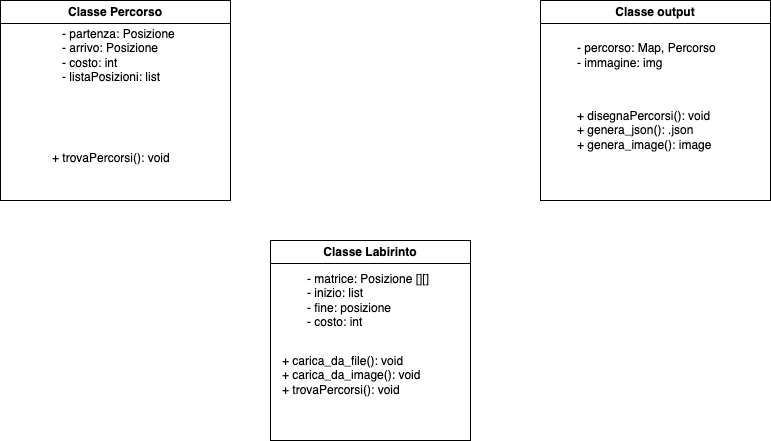
Earlier version of the draw.io export labyrinth_UML.drawio.png (e-caliano/Labirinth2023). Source tidied: cells renumbered, new cells last; positions are measured from the earlier drawing's top-left corner, leaving out a move shared by most shapes. Source of this version:
```xml
<mxGraphModel>
  <root>
    <mxCell id="0" />
    <mxCell id="1" parent="0" />
    <mxCell id="2" value="Classe Labirinto" style="swimlane;whiteSpace=wrap;html=1;" parent="1" vertex="1">
      <mxGeometry x="270" y="240" width="200" height="200" as="geometry" />
    </mxCell>
    <mxCell id="3" value="- matrice: Posizione [][]&lt;br&gt;- inizio: list&lt;br&gt;- fine: posizione&lt;br&gt;- costo: int" style="text;html=1;strokeColor=none;fillColor=none;align=left;verticalAlign=middle;whiteSpace=wrap;rounded=0;" parent="2" vertex="1">
      <mxGeometry x="35" y="50" width="130" height="20" as="geometry" />
    </mxCell>
    <mxCell id="4" value="+ carica_da_file(): void&lt;br style=&quot;border-color: var(--border-color);&quot;&gt;+ carica_da_image(): void&lt;br&gt;+ trovaPercorsi(): void" style="text;html=1;align=left;verticalAlign=middle;strokeColor=none;fillColor=none;" parent="2" vertex="1">
      <mxGeometry x="10" y="105" width="160" height="60" as="geometry" />
    </mxCell>
    <mxCell id="5" value="Classe Percorso" style="swimlane;whiteSpace=wrap;html=1;" parent="1" vertex="1">
      <mxGeometry width="230" height="200" as="geometry" />
    </mxCell>
    <mxCell id="6" value="- partenza: Posizione&lt;br&gt;- arrivo: Posizione&lt;br&gt;- costo: int&lt;br&gt;- listaPosizioni: list" style="text;html=1;align=left;verticalAlign=middle;strokeColor=none;fillColor=none;" parent="5" vertex="1">
      <mxGeometry x="60" y="20" width="140" height="70" as="geometry" />
    </mxCell>
    <mxCell id="7" value="&lt;br&gt;+ trovaPercorsi(): void&amp;nbsp;" style="text;html=1;align=left;verticalAlign=middle;strokeColor=none;fillColor=none;" parent="5" vertex="1">
      <mxGeometry x="50" y="130" width="140" height="40" as="geometry" />
    </mxCell>
    <mxCell id="8" value="Classe output" style="swimlane;whiteSpace=wrap;html=1;" parent="1" vertex="1">
      <mxGeometry x="540" width="230" height="200" as="geometry" />
    </mxCell>
    <mxCell id="9" value="- percorso: Map, Percorso&lt;br&gt;- immagine: img" style="text;html=1;align=left;verticalAlign=middle;strokeColor=none;fillColor=none;" parent="8" vertex="1">
      <mxGeometry x="35" y="35" width="160" height="40" as="geometry" />
    </mxCell>
    <mxCell id="10" value="+ disegnaPercorsi(): void&lt;br&gt;+ genera_json(): .json&lt;br&gt;+ genera_image(): image" style="text;html=1;align=left;verticalAlign=middle;strokeColor=none;fillColor=none;" parent="8" vertex="1">
      <mxGeometry x="35" y="100" width="160" height="60" as="geometry" />
    </mxCell>
  </root>
</mxGraphModel>
```
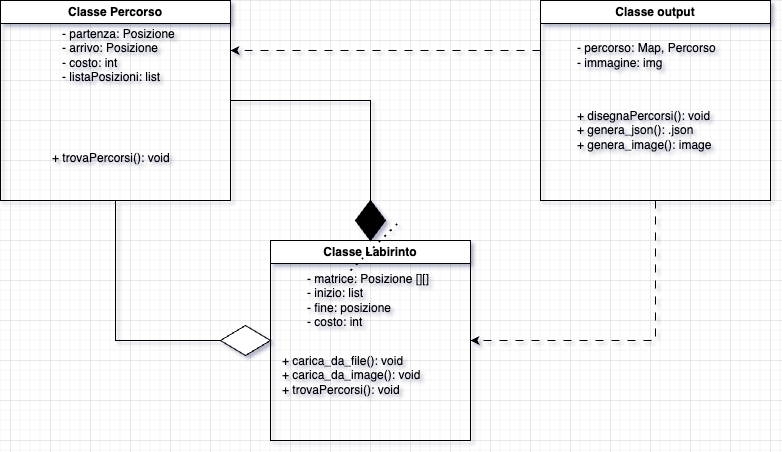
After the commit.

The edit, as a diff of the source:
```diff
@@ -11,6 +11,12 @@
     <mxCell id="4" value="+ carica_da_file(): void&lt;br style=&quot;border-color: var(--border-color);&quot;&gt;+ carica_da_image(): void&lt;br&gt;+ trovaPercorsi(): void" style="text;html=1;align=left;verticalAlign=middle;strokeColor=none;fillColor=none;" parent="2" vertex="1">
       <mxGeometry x="10" y="105" width="160" height="60" as="geometry" />
     </mxCell>
+    <mxCell id="11" style="edgeStyle=orthogonalEdgeStyle;rounded=0;jettySize=auto;html=1;exitX=0.5;exitY=1;exitDx=0;exitDy=0;entryX=0;entryY=0.5;entryDx=0;entryDy=0;" parent="1" edge="1" source="5" target="2">
+      <mxGeometry relative="1" as="geometry" />
+    </mxCell>
+    <mxCell id="12" style="edgeStyle=orthogonalEdgeStyle;rounded=0;jettySize=auto;html=1;exitX=1;exitY=0.5;exitDx=0;exitDy=0;entryX=0.5;entryY=0;entryDx=0;entryDy=0;" parent="1" edge="1" source="5" target="2">
+      <mxGeometry relative="1" as="geometry" />
+    </mxCell>
     <mxCell id="5" value="Classe Percorso" style="swimlane;whiteSpace=wrap;html=1;" parent="1" vertex="1">
       <mxGeometry width="230" height="200" as="geometry" />
     </mxCell>
@@ -20,6 +26,12 @@
     <mxCell id="7" value="&lt;br&gt;+ trovaPercorsi(): void&amp;nbsp;" style="text;html=1;align=left;verticalAlign=middle;strokeColor=none;fillColor=none;" parent="5" vertex="1">
       <mxGeometry x="50" y="130" width="140" height="40" as="geometry" />
     </mxCell>
+    <mxCell id="13" style="edgeStyle=orthogonalEdgeStyle;rounded=0;jettySize=auto;html=1;exitX=0;exitY=0.25;exitDx=0;exitDy=0;entryX=1;entryY=0.25;entryDx=0;entryDy=0;dashed=1;dashPattern=8 8;" parent="1" edge="1" source="8" target="5">
+      <mxGeometry relative="1" as="geometry" />
+    </mxCell>
+    <mxCell id="14" style="edgeStyle=orthogonalEdgeStyle;rounded=0;jettySize=auto;html=1;exitX=0.5;exitY=1;exitDx=0;exitDy=0;entryX=1;entryY=0.5;entryDx=0;entryDy=0;dashed=1;dashPattern=8 8;" parent="1" edge="1" source="8" target="2">
+      <mxGeometry relative="1" as="geometry" />
+    </mxCell>
     <mxCell id="8" value="Classe output" style="swimlane;whiteSpace=wrap;html=1;" parent="1" vertex="1">
       <mxGeometry x="540" width="230" height="200" as="geometry" />
     </mxCell>
@@ -29,5 +41,17 @@
     <mxCell id="10" value="+ disegnaPercorsi(): void&lt;br&gt;+ genera_json(): .json&lt;br&gt;+ genera_image(): image" style="text;html=1;align=left;verticalAlign=middle;strokeColor=none;fillColor=none;" parent="8" vertex="1">
       <mxGeometry x="35" y="100" width="160" height="60" as="geometry" />
     </mxCell>
+    <mxCell id="15" style="rhombus;whiteSpace=wrap;html=1;fillColor=#000000;" parent="1" vertex="1">
+      <mxGeometry x="355" y="200" width="30" height="40" as="geometry" />
+    </mxCell>
+    <mxCell id="16" style="rhombus;whiteSpace=wrap;html=1;rotation=90;" parent="1" vertex="1">
+      <mxGeometry x="230" y="315" width="30" height="50" as="geometry" />
+    </mxCell>
+    <mxCell id="17" style="endArrow=none;dashed=1;html=1;dashPattern=1 3;strokeWidth=2;rounded=0;" parent="1" edge="1">
+      <mxGeometry relative="1" as="geometry">
+        <mxPoint x="350" y="270" as="sourcePoint" />
+        <mxPoint x="400" y="220" as="targetPoint" />
+      </mxGeometry>
+    </mxCell>
   </root>
 </mxGraphModel>
```
